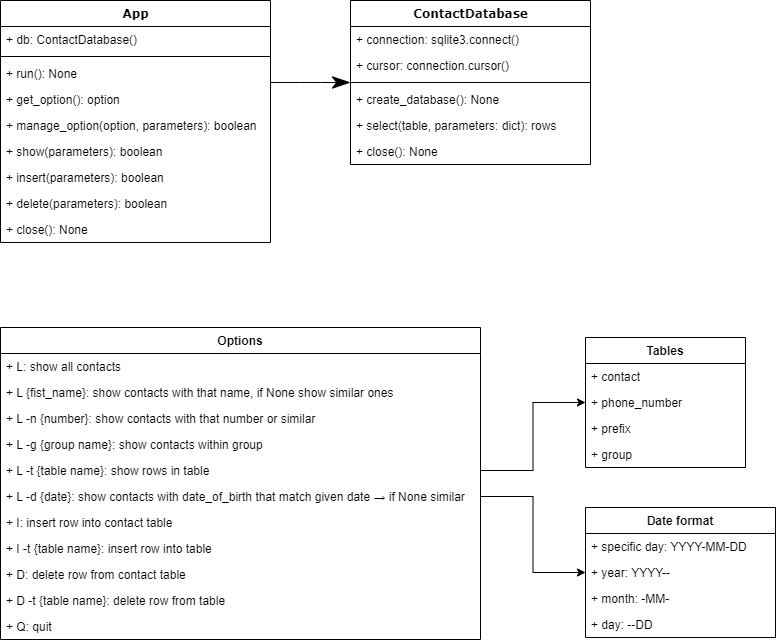
tom-alexa/ContactDatabase keeps this draw.io diagram as diagram/diagram.png. Above is the earlier version. Source tidied: cells renumbered, new cells last; positions are measured from the earlier drawing's top-left corner, leaving out a move shared by most shapes.
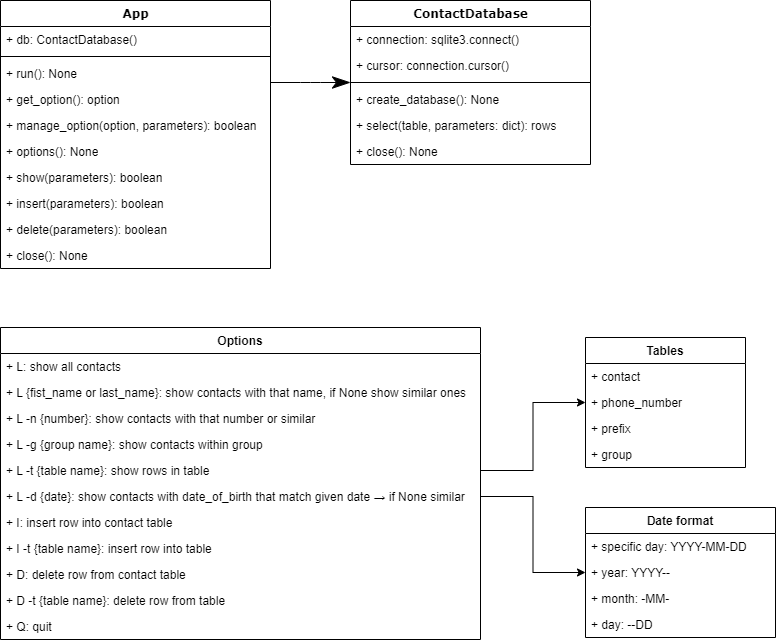
The same diagram one commit later.

Diff of the diagram source:
```diff
@@ -3,7 +3,7 @@
     <mxCell id="0" />
     <mxCell id="1" parent="0" />
     <mxCell id="2" value="App" style="swimlane;html=1;fontStyle=1;align=center;verticalAlign=top;horizontal=1;startSize=26;swimlaneFillColor=#ffffff;rounded=0;shadow=0;comic=0;labelBackgroundColor=none;strokeWidth=1;fillColor=default;fontFamily=Verdana;fontSize=12;" parent="1" vertex="1">
-      <mxGeometry width="270" height="242" as="geometry" />
+      <mxGeometry width="270" height="268" as="geometry" />
     </mxCell>
     <mxCell id="3" value="+ db: ContactDatabase()" style="text;html=1;strokeColor=none;fillColor=none;align=left;verticalAlign=top;spacingLeft=4;spacingRight=4;whiteSpace=wrap;overflow=hidden;" parent="2" vertex="1">
       <mxGeometry y="26" width="270" height="26" as="geometry" />
@@ -20,17 +20,20 @@
     <mxCell id="7" value="+ manage_option(option, parameters): boolean" style="text;html=1;strokeColor=none;fillColor=none;align=left;verticalAlign=top;spacingLeft=4;spacingRight=4;whiteSpace=wrap;overflow=hidden;" parent="2" vertex="1">
       <mxGeometry y="112" width="270" height="26" as="geometry" />
     </mxCell>
+    <mxCell id="44" value="+ options(): None" style="text;html=1;strokeColor=none;fillColor=none;align=left;verticalAlign=top;spacingLeft=4;spacingRight=4;whiteSpace=wrap;overflow=hidden;" parent="2" vertex="1">
+      <mxGeometry y="138" width="270" height="26" as="geometry" />
+    </mxCell>
     <mxCell id="8" value="+ show(parameters): boolean" style="text;html=1;strokeColor=none;fillColor=none;align=left;verticalAlign=top;spacingLeft=4;spacingRight=4;whiteSpace=wrap;overflow=hidden;" parent="2" vertex="1">
-      <mxGeometry y="138" width="270" height="26" as="geometry" />
+      <mxGeometry y="164" width="270" height="26" as="geometry" />
     </mxCell>
     <mxCell id="9" value="+ insert(parameters): boolean" style="text;html=1;strokeColor=none;fillColor=none;align=left;verticalAlign=top;spacingLeft=4;spacingRight=4;whiteSpace=wrap;overflow=hidden;" parent="2" vertex="1">
-      <mxGeometry y="164" width="270" height="26" as="geometry" />
+      <mxGeometry y="190" width="270" height="26" as="geometry" />
     </mxCell>
     <mxCell id="10" value="+ delete(parameters): boolean" style="text;html=1;strokeColor=none;fillColor=none;align=left;verticalAlign=top;spacingLeft=4;spacingRight=4;whiteSpace=wrap;overflow=hidden;" parent="2" vertex="1">
-      <mxGeometry y="190" width="270" height="26" as="geometry" />
+      <mxGeometry y="216" width="270" height="26" as="geometry" />
     </mxCell>
     <mxCell id="11" value="+ close(): None" style="text;html=1;strokeColor=none;fillColor=none;align=left;verticalAlign=top;spacingLeft=4;spacingRight=4;whiteSpace=wrap;overflow=hidden;" parent="2" vertex="1">
-      <mxGeometry y="216" width="270" height="26" as="geometry" />
+      <mxGeometry y="242" width="270" height="26" as="geometry" />
     </mxCell>
     <mxCell id="12" value="ContactDatabase" style="swimlane;html=1;fontStyle=1;align=center;verticalAlign=top;horizontal=1;startSize=26;swimlaneFillColor=#ffffff;rounded=0;shadow=0;comic=0;labelBackgroundColor=none;strokeWidth=1;fillColor=default;fontFamily=Verdana;fontSize=12;" parent="1" vertex="1">
       <mxGeometry x="350" width="240" height="164" as="geometry" />
@@ -62,7 +65,7 @@
     <mxCell id="21" value="+ L: show all contacts" style="text;strokeColor=none;fillColor=none;align=left;verticalAlign=top;spacingLeft=4;spacingRight=4;overflow=hidden;" parent="20" vertex="1">
       <mxGeometry y="26" width="480" height="26" as="geometry" />
     </mxCell>
-    <mxCell id="22" value="+ L {fist_name}: show contacts with that name, if None show similar ones" style="text;strokeColor=none;fillColor=none;align=left;verticalAlign=top;spacingLeft=4;spacingRight=4;overflow=hidden;" parent="20" vertex="1">
+    <mxCell id="22" value="+ L {fist_name or last_name}: show contacts with that name, if None show similar ones" style="text;strokeColor=none;fillColor=none;align=left;verticalAlign=top;spacingLeft=4;spacingRight=4;overflow=hidden;" parent="20" vertex="1">
       <mxGeometry y="52" width="480" height="26" as="geometry" />
     </mxCell>
     <mxCell id="23" value="+ L -n {number}: show contacts with that number or similar" style="text;strokeColor=none;fillColor=none;align=left;verticalAlign=top;spacingLeft=4;spacingRight=4;overflow=hidden;" parent="20" vertex="1">
```
